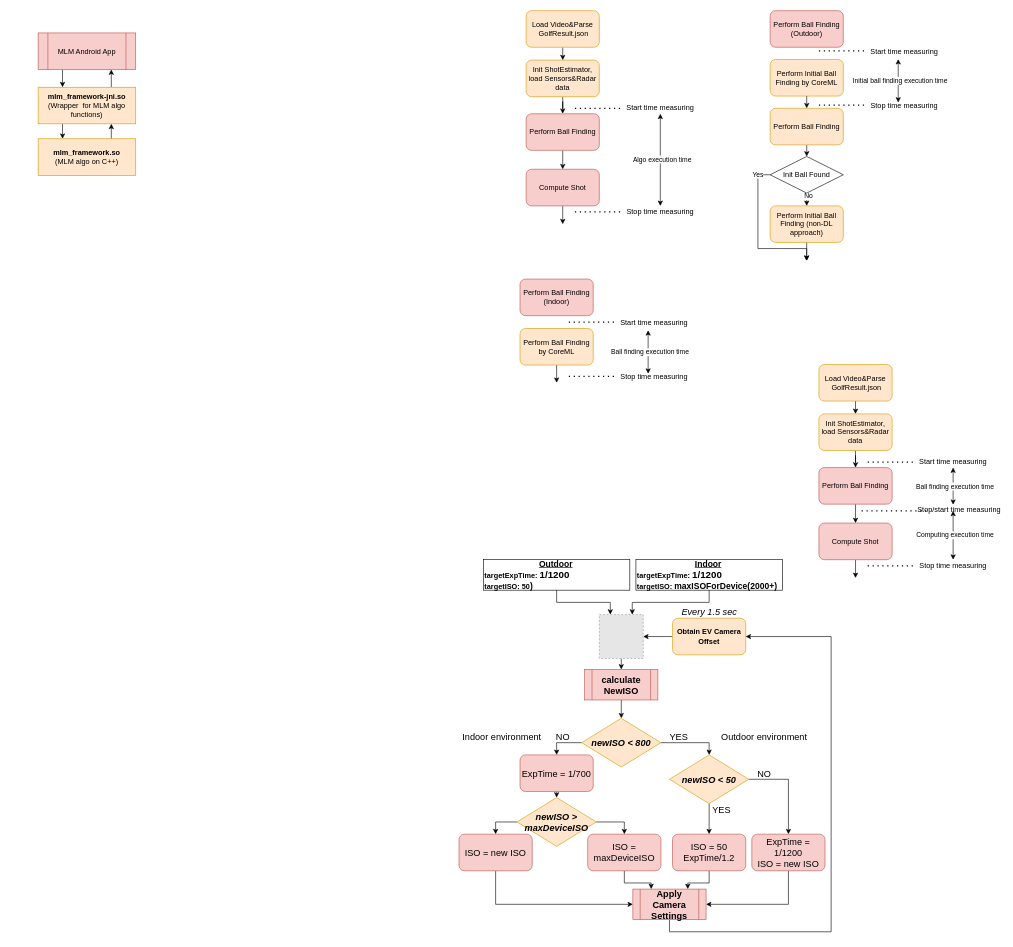
This is MLM.drawio from Mike335207/work, a draw.io file, before an edit. Source tidied: cells renumbered, new cells numbered last; positions are measured from the earlier drawing's top-left corner, leaving out a move shared by most shapes. Both pictures are drawn from the tidied source at 61%, with x=0, y=0 at pixel (38, 10). Pictures stored in the file or linked from it are replaced by grey dashed boxes.
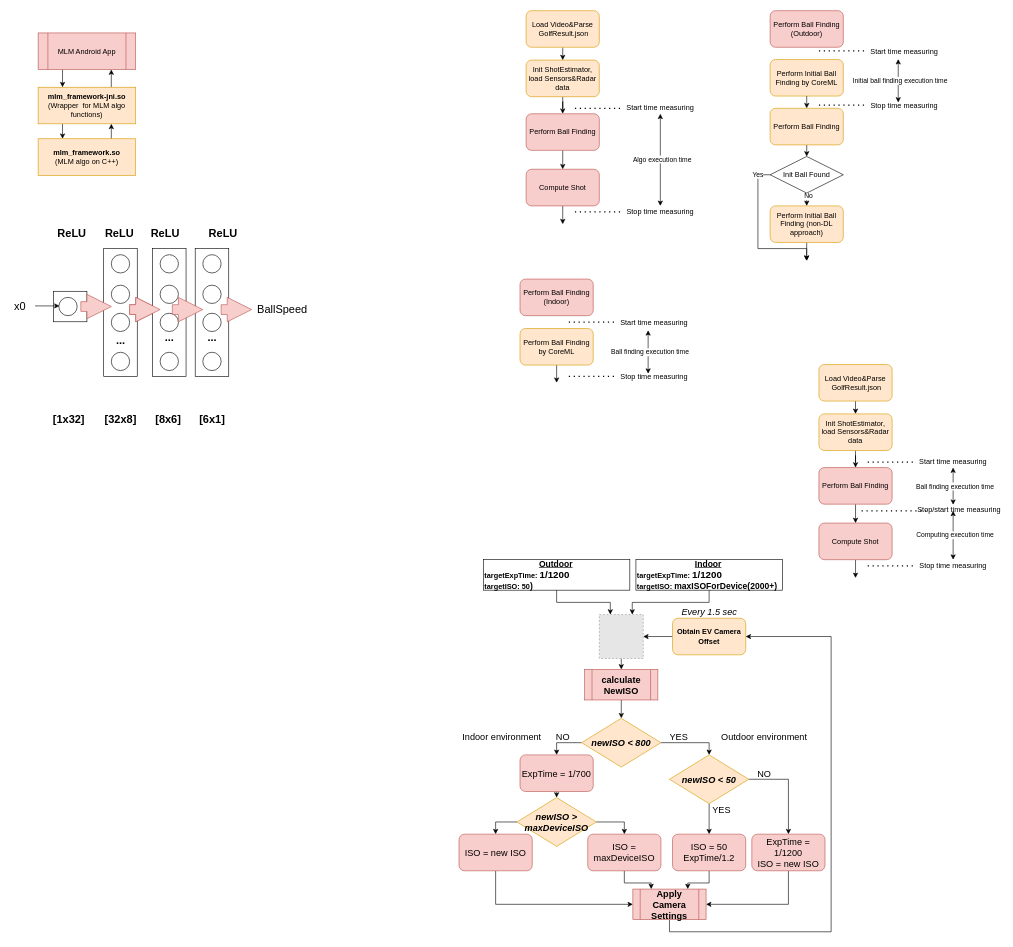
The same diagram, later.

Change to the diagram source:
```diff
@@
+    <mxCell id="105" style="rounded=0;whiteSpace=wrap;html=1;fontSize=18;" parent="1" vertex="1">
+      <mxGeometry x="257.5" y="390" width="55" height="210" as="geometry" />
+    </mxCell>
+    <mxCell id="106" style="rounded=0;whiteSpace=wrap;html=1;fontSize=18;" parent="1" vertex="1">
+      <mxGeometry x="107.5" y="390" width="55" height="210" as="geometry" />
+    </mxCell>
+    <mxCell id="107" style="rounded=0;whiteSpace=wrap;html=1;fontSize=18;" parent="1" vertex="1">
+      <mxGeometry x="25" y="460" width="55" height="50" as="geometry" />
+    </mxCell>
@@
+    <mxCell id="108" style="ellipse;whiteSpace=wrap;html=1;" parent="1" vertex="1">
+      <mxGeometry x="34" y="470" width="30" height="30" as="geometry" />
+    </mxCell>
+    <mxCell id="109" style="ellipse;whiteSpace=wrap;html=1;" parent="1" vertex="1">
+      <mxGeometry x="120" y="400" width="30" height="30" as="geometry" />
+    </mxCell>
+    <mxCell id="110" style="ellipse;whiteSpace=wrap;html=1;" parent="1" vertex="1">
+      <mxGeometry x="120" y="450" width="30" height="30" as="geometry" />
+    </mxCell>
+    <mxCell id="111" style="ellipse;whiteSpace=wrap;html=1;" parent="1" vertex="1">
+      <mxGeometry x="120" y="496" width="30" height="30" as="geometry" />
+    </mxCell>
+    <mxCell id="112" style="ellipse;whiteSpace=wrap;html=1;" parent="1" vertex="1">
+      <mxGeometry x="120" y="560" width="30" height="30" as="geometry" />
+    </mxCell>
+    <mxCell id="113" style="ellipse;whiteSpace=wrap;html=1;" parent="1" vertex="1">
+      <mxGeometry x="270" y="400" width="30" height="30" as="geometry" />
+    </mxCell>
+    <mxCell id="114" style="ellipse;whiteSpace=wrap;html=1;" parent="1" vertex="1">
+      <mxGeometry x="270" y="450" width="30" height="30" as="geometry" />
+    </mxCell>
+    <mxCell id="115" style="ellipse;whiteSpace=wrap;html=1;" parent="1" vertex="1">
+      <mxGeometry x="270" y="496" width="30" height="30" as="geometry" />
+    </mxCell>
+    <mxCell id="116" style="ellipse;whiteSpace=wrap;html=1;" parent="1" vertex="1">
+      <mxGeometry x="270" y="560" width="30" height="30" as="geometry" />
+    </mxCell>
+    <mxCell id="117" style="endArrow=classic;html=1;" parent="1" edge="1">
+      <mxGeometry relative="1" as="geometry">
+        <mxPoint x="-5" y="484" as="sourcePoint" />
+        <mxPoint x="35" y="484" as="targetPoint" />
+      </mxGeometry>
+    </mxCell>
+    <mxCell id="118" value="[1x32]" style="text;html=1;align=center;verticalAlign=middle;fontStyle=1;fontSize=18;" parent="1" vertex="1">
+      <mxGeometry x="15" y="655" width="70" height="30" as="geometry" />
+    </mxCell>
+    <mxCell id="119" value="ReLU" style="text;html=1;align=center;verticalAlign=middle;fontStyle=1;fontSize=18;" parent="1" vertex="1">
+      <mxGeometry x="25" y="350" width="60" height="30" as="geometry" />
+    </mxCell>
+    <mxCell id="120" value="[32x8]" style="text;html=1;align=center;verticalAlign=middle;fontStyle=1;fontSize=18;" parent="1" vertex="1">
+      <mxGeometry x="100" y="655" width="70" height="30" as="geometry" />
+    </mxCell>
+    <mxCell id="121" value="[8x6]" style="text;html=1;align=center;verticalAlign=middle;fontStyle=1;fontSize=18;" parent="1" vertex="1">
+      <mxGeometry x="182.5" y="655" width="60" height="30" as="geometry" />
+    </mxCell>
+    <mxCell id="122" value="[6x1]" style="text;html=1;align=center;verticalAlign=middle;fontStyle=1;fontSize=18;" parent="1" vertex="1">
+      <mxGeometry x="255" y="655" width="60" height="30" as="geometry" />
+    </mxCell>
+    <mxCell id="123" value="ReLU" style="text;html=1;align=center;verticalAlign=middle;fontStyle=1;fontSize=18;" parent="1" vertex="1">
+      <mxGeometry x="102.5" y="350" width="60" height="30" as="geometry" />
+    </mxCell>
+    <mxCell id="124" value="ReLU" style="text;html=1;align=center;verticalAlign=middle;fontStyle=1;fontSize=18;" parent="1" vertex="1">
+      <mxGeometry x="177.5" y="350" width="60" height="30" as="geometry" />
+    </mxCell>
+    <mxCell id="125" value="ReLU" style="text;html=1;align=center;verticalAlign=middle;fontStyle=1;fontSize=18;" parent="1" vertex="1">
+      <mxGeometry x="272.5" y="350" width="60" height="30" as="geometry" />
+    </mxCell>
+    <mxCell id="126" value="x0" style="text;html=1;align=center;verticalAlign=middle;fontSize=18;" parent="1" vertex="1">
+      <mxGeometry x="-45" y="470" width="30" height="30" as="geometry" />
+    </mxCell>
+    <mxCell id="127" value="..." style="text;html=1;align=center;verticalAlign=middle;fontSize=18;fontStyle=1;" parent="1" vertex="1">
+      <mxGeometry x="120" y="526" width="30" height="30" as="geometry" />
+    </mxCell>
+    <mxCell id="128" value="..." style="text;html=1;align=center;verticalAlign=middle;fontSize=18;fontStyle=1;" parent="1" vertex="1">
+      <mxGeometry x="270" y="521" width="30" height="30" as="geometry" />
+    </mxCell>
+    <mxCell id="129" style="html=1;shadow=0;dashed=0;align=center;verticalAlign=middle;shape=mxgraph.arrows2.arrow;dy=0.6;dx=40;notch=0;fontSize=18;fillColor=#f8cecc;strokeColor=#b85450;" parent="1" vertex="1">
+      <mxGeometry x="70" y="465" width="50" height="40" as="geometry" />
+    </mxCell>
+    <mxCell id="130" style="html=1;shadow=0;dashed=0;align=center;verticalAlign=middle;shape=mxgraph.arrows2.arrow;dy=0.6;dx=40;notch=0;fontSize=18;fillColor=#f8cecc;strokeColor=#b85450;" parent="1" vertex="1">
+      <mxGeometry x="150" y="470" width="50" height="40" as="geometry" />
+    </mxCell>
+    <mxCell id="131" style="html=1;shadow=0;dashed=0;align=center;verticalAlign=middle;shape=mxgraph.arrows2.arrow;dy=0.6;dx=40;notch=0;fontSize=18;fillColor=#f8cecc;strokeColor=#b85450;" parent="1" vertex="1">
+      <mxGeometry x="300" y="470" width="50" height="40" as="geometry" />
+    </mxCell>
+    <mxCell id="132" value="BallSpeed" style="text;html=1;align=center;verticalAlign=middle;fontSize=18;" parent="1" vertex="1">
+      <mxGeometry x="350" y="475" width="100" height="30" as="geometry" />
+    </mxCell>
+    <mxCell id="133" style="edgeStyle=orthogonalEdgeStyle;rounded=0;orthogonalLoop=1;jettySize=auto;html=1;exitX=0.5;exitY=1;exitDx=0;exitDy=0;fontSize=18;" parent="1" edge="1" source="107" target="107">
+      <mxGeometry relative="1" as="geometry" />
+    </mxCell>
+    <mxCell id="134" style="rounded=0;whiteSpace=wrap;html=1;fontSize=18;" parent="1" vertex="1">
+      <mxGeometry x="187.5" y="390" width="55" height="210" as="geometry" />
+    </mxCell>
+    <mxCell id="135" style="ellipse;whiteSpace=wrap;html=1;" parent="1" vertex="1">
+      <mxGeometry x="200" y="400" width="30" height="30" as="geometry" />
+    </mxCell>
+    <mxCell id="136" style="ellipse;whiteSpace=wrap;html=1;" parent="1" vertex="1">
+      <mxGeometry x="200" y="450" width="30" height="30" as="geometry" />
+    </mxCell>
+    <mxCell id="137" style="ellipse;whiteSpace=wrap;html=1;" parent="1" vertex="1">
+      <mxGeometry x="200" y="496" width="30" height="30" as="geometry" />
+    </mxCell>
+    <mxCell id="138" style="ellipse;whiteSpace=wrap;html=1;" parent="1" vertex="1">
+      <mxGeometry x="200" y="560" width="30" height="30" as="geometry" />
+    </mxCell>
+    <mxCell id="139" value="..." style="text;html=1;align=center;verticalAlign=middle;fontSize=18;fontStyle=1;" parent="1" vertex="1">
+      <mxGeometry x="200" y="521" width="30" height="30" as="geometry" />
+    </mxCell>
+    <mxCell id="140" style="html=1;shadow=0;dashed=0;align=center;verticalAlign=middle;shape=mxgraph.arrows2.arrow;dy=0.6;dx=40;notch=0;fontSize=18;fillColor=#f8cecc;strokeColor=#b85450;" parent="1" vertex="1">
+      <mxGeometry x="150" y="470" width="50" height="40" as="geometry" />
+    </mxCell>
+    <mxCell id="141" style="html=1;shadow=0;dashed=0;align=center;verticalAlign=middle;shape=mxgraph.arrows2.arrow;dy=0.6;dx=40;notch=0;fontSize=18;fillColor=#f8cecc;strokeColor=#b85450;" parent="1" vertex="1">
+      <mxGeometry x="220" y="470" width="50" height="40" as="geometry" />
+    </mxCell>
```
